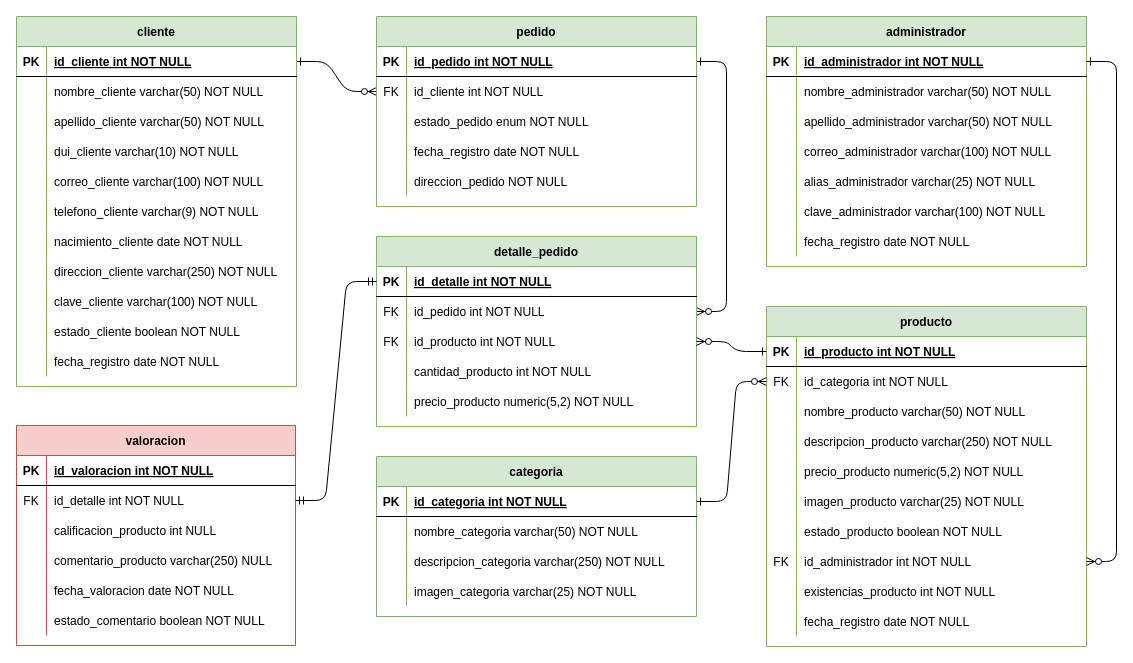
Earlier version of the draw.io diagram coffeeshop.drawio (dacasoft/coffeeshop). Source tidied: cells renumbered, new cells numbered last; positions are measured from the earlier drawing's top-left corner, leaving out a move shared by most shapes. Both pictures are drawn from the tidied source at 100%, with x=0, y=0 at pixel (16, 16).
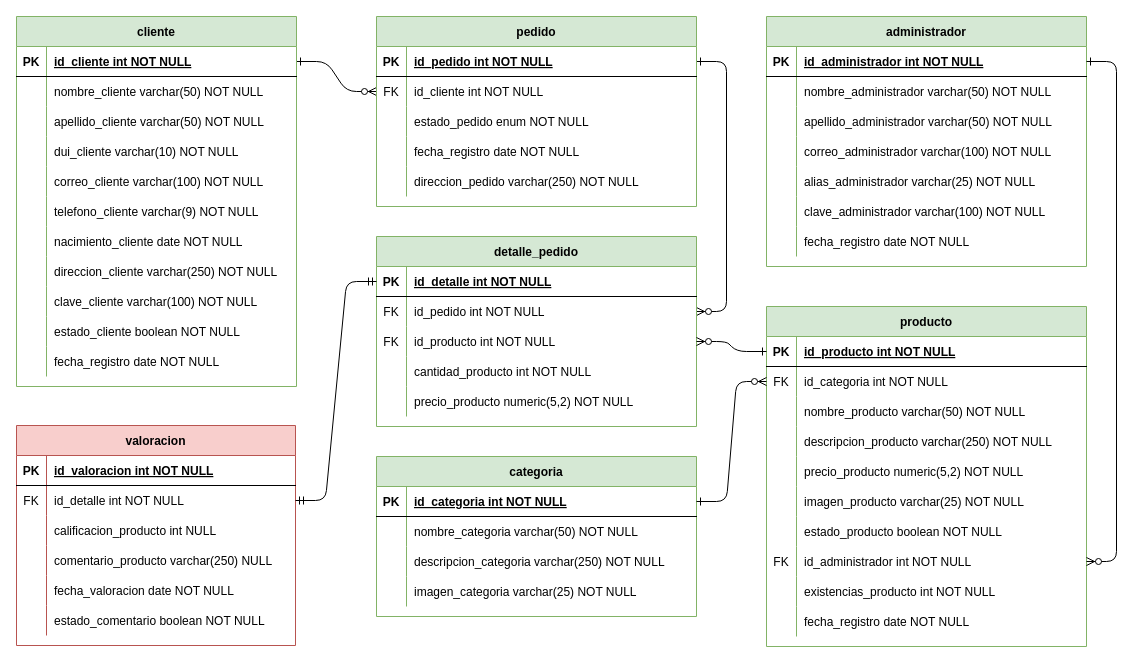
Above is the later version.

Unchanged cells that the change refers to:
```xml
<mxCell id="17" style="shape=tableRow;horizontal=0;startSize=0;swimlaneHead=0;swimlaneBody=0;fillColor=none;top=0;left=0;right=0;bottom=0;" parent="4" vertex="1">
  <mxGeometry y="150" width="320" height="30" as="geometry" />
</mxCell>
```

What changed in the source:
```diff
@@
-    <mxCell id="19" value="direccion_pedido NOT NULL" style="shape=partialRectangle;fillColor=none;top=0;left=0;bottom=0;right=0;align=left;spacingLeft=6;overflow=hidden;" parent="17" vertex="1">
+    <mxCell id="19" value="direccion_pedido varchar(250) NOT NULL" style="shape=partialRectangle;fillColor=none;top=0;left=0;bottom=0;right=0;align=left;spacingLeft=6;overflow=hidden;" parent="17" vertex="1">
       <mxGeometry x="30" width="290" height="30" as="geometry" />
     </mxCell>
```
